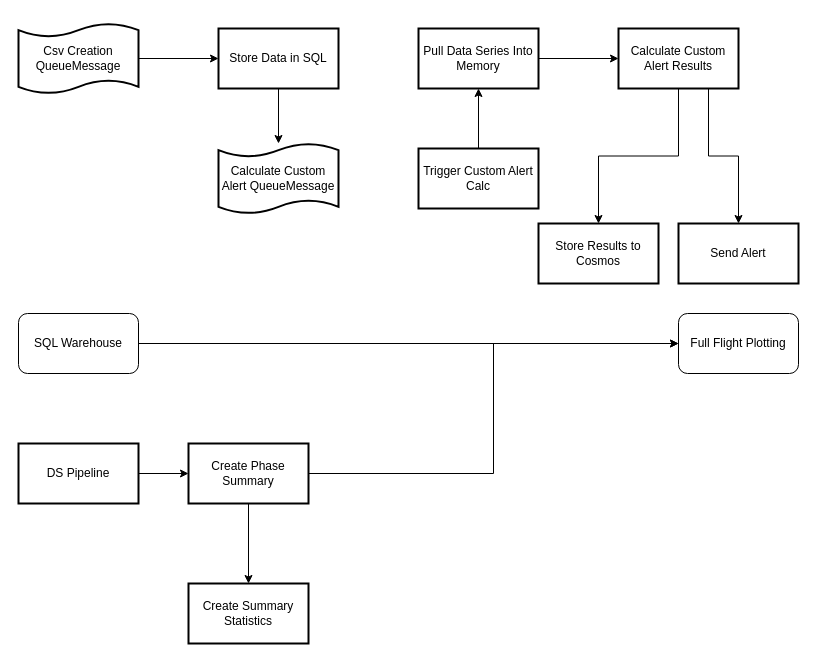
The draw.io diagram FF Parse - fs2.drawio in rowana16/DrawIO, before the edit. Source tidied: cells renumbered, new cells numbered last; positions are measured from the earlier drawing's top-left corner, leaving out a move shared by most shapes. Both pictures are drawn from the tidied source at 100%, with x=0, y=0 at pixel (18, 23).
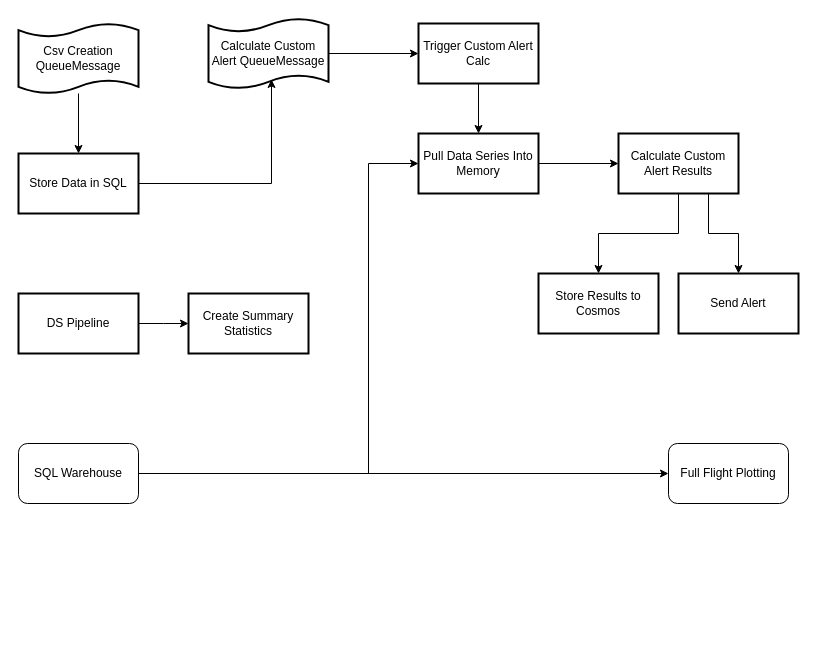
After the change.

Change to the diagram source:
```diff
@@
-    <mxCell id="4" style="edgeStyle=orthogonalEdgeStyle;rounded=0;jettySize=auto;html=1;" parent="1" edge="1" source="5" target="14">
+    <mxCell id="4" style="edgeStyle=orthogonalEdgeStyle;rounded=0;jettySize=auto;html=1;entryX=0;entryY=0.5;entryDx=0;entryDy=0;" parent="1" edge="1" source="5" target="14">
       <mxGeometry relative="1" as="geometry" />
     </mxCell>
     <mxCell id="5" value="Pull Data Series Into Memory" style="whiteSpace=wrap;html=1;strokeWidth=2;" parent="1" vertex="1">
-      <mxGeometry x="400" y="5" width="120" height="60" as="geometry" />
+      <mxGeometry x="400" y="110" width="120" height="60" as="geometry" />
     </mxCell>
-    <mxCell id="6" style="edgeStyle=orthogonalEdgeStyle;rounded=0;jettySize=auto;html=1;" parent="1" edge="1" source="7" target="10">
-      <mxGeometry relative="1" as="geometry" />
+    <mxCell id="6" style="edgeStyle=orthogonalEdgeStyle;rounded=0;jettySize=auto;html=1;" parent="1" edge="1" source="7">
+      <mxGeometry relative="1" as="geometry">
+        <mxPoint x="170" y="300" as="targetPoint" />
+      </mxGeometry>
     </mxCell>
     <mxCell id="7" value="DS Pipeline" style="whiteSpace=wrap;html=1;strokeWidth=2;" parent="1" vertex="1">
-      <mxGeometry y="420" width="120" height="60" as="geometry" />
+      <mxGeometry y="270" width="120" height="60" as="geometry" />
     </mxCell>
-    <mxCell id="8" style="edgeStyle=orthogonalEdgeStyle;rounded=0;jettySize=auto;html=1;" parent="1" edge="1" source="10" target="11">
-      <mxGeometry relative="1" as="geometry" />
-    </mxCell>
-    <mxCell id="9" style="edgeStyle=orthogonalEdgeStyle;rounded=0;jettySize=auto;html=1;entryX=0;entryY=0.5;entryDx=0;entryDy=0;" parent="1" edge="1" source="10" target="24">
-      <mxGeometry relative="1" as="geometry" />
-    </mxCell>
-    <mxCell id="10" value="Create Phase Summary" style="whiteSpace=wrap;html=1;strokeWidth=2;" parent="1" vertex="1">
-      <mxGeometry x="170" y="420" width="120" height="60" as="geometry" />
-    </mxCell>
     <mxCell id="11" value="Create Summary Statistics" style="whiteSpace=wrap;html=1;strokeWidth=2;" parent="1" vertex="1">
-      <mxGeometry x="170" y="560" width="120" height="60" as="geometry" />
+      <mxGeometry x="170" y="270" width="120" height="60" as="geometry" />
     </mxCell>
@@
     <mxCell id="14" value="Calculate Custom Alert Results" style="whiteSpace=wrap;html=1;strokeWidth=2;" parent="1" vertex="1">
-      <mxGeometry x="600" y="5" width="120" height="60" as="geometry" />
+      <mxGeometry x="600" y="110" width="120" height="60" as="geometry" />
     </mxCell>
     <mxCell id="15" value="Send Alert " style="whiteSpace=wrap;html=1;strokeWidth=2;" parent="1" vertex="1">
-      <mxGeometry x="660" y="200" width="120" height="60" as="geometry" />
+      <mxGeometry x="660" y="250" width="120" height="60" as="geometry" />
     </mxCell>
     <mxCell id="16" value="Store Results to Cosmos" style="whiteSpace=wrap;html=1;strokeWidth=2;" parent="1" vertex="1">
-      <mxGeometry x="520" y="200" width="120" height="60" as="geometry" />
+      <mxGeometry x="520" y="250" width="120" height="60" as="geometry" />
     </mxCell>
-    <mxCell id="17" style="edgeStyle=orthogonalEdgeStyle;rounded=0;jettySize=auto;html=1;" parent="1" edge="1" source="18" target="19">
-      <mxGeometry relative="1" as="geometry" />
-    </mxCell>
     <mxCell id="18" value="Store Data in SQL" style="whiteSpace=wrap;html=1;strokeWidth=2;" parent="1" vertex="1">
-      <mxGeometry x="200" y="5" width="120" height="60" as="geometry" />
+      <mxGeometry y="130" width="120" height="60" as="geometry" />
     </mxCell>
+    <mxCell id="25" style="edgeStyle=orthogonalEdgeStyle;rounded=0;jettySize=auto;html=1;entryX=0;entryY=0.5;entryDx=0;entryDy=0;" parent="1" edge="1" source="19" target="21">
+      <mxGeometry relative="1" as="geometry" />
+    </mxCell>
     <mxCell id="19" value="Calculate Custom Alert QueueMessage" style="shape=tape;whiteSpace=wrap;html=1;strokeWidth=2;size=0.19;" parent="1" vertex="1">
-      <mxGeometry x="200" y="120" width="120" height="70" as="geometry" />
+      <mxGeometry x="190" y="-5" width="120" height="70" as="geometry" />
     </mxCell>
-    <mxCell id="20" style="edgeStyle=orthogonalEdgeStyle;rounded=0;jettySize=auto;html=1;entryX=0.5;entryY=1;entryDx=0;entryDy=0;" parent="1" edge="1" source="21" target="5">
+    <mxCell id="20" style="edgeStyle=orthogonalEdgeStyle;rounded=0;jettySize=auto;html=1;entryX=0.5;entryY=0;entryDx=0;entryDy=0;" parent="1" edge="1" source="21" target="5">
       <mxGeometry relative="1" as="geometry" />
     </mxCell>
     <mxCell id="21" value="Trigger Custom Alert Calc" style="whiteSpace=wrap;html=1;strokeWidth=2;" parent="1" vertex="1">
-      <mxGeometry x="400" y="125" width="120" height="60" as="geometry" />
+      <mxGeometry x="400" width="120" height="60" as="geometry" />
     </mxCell>
-    <mxCell id="22" style="edgeStyle=orthogonalEdgeStyle;rounded=0;jettySize=auto;html=1;" parent="1" edge="1" source="23" target="24">
-      <mxGeometry relative="1" as="geometry" />
+    <mxCell id="22" style="edgeStyle=orthogonalEdgeStyle;rounded=0;jettySize=auto;html=1;entryX=0;entryY=0.5;entryDx=0;entryDy=0;" parent="1" edge="1" source="23" target="24">
+      <mxGeometry relative="1" as="geometry">
+        <Array as="points">
+          <mxPoint x="210" y="450" />
+          <mxPoint x="210" y="450" />
+        </Array>
+      </mxGeometry>
     </mxCell>
+    <mxCell id="26" style="edgeStyle=orthogonalEdgeStyle;rounded=0;jettySize=auto;html=1;entryX=0;entryY=0.5;entryDx=0;entryDy=0;" parent="1" edge="1" source="23" target="5">
+      <mxGeometry relative="1" as="geometry">
+        <Array as="points">
+          <mxPoint x="350" y="450" />
+          <mxPoint x="350" y="140" />
+        </Array>
+      </mxGeometry>
+    </mxCell>
     <mxCell id="23" value="SQL Warehouse" style="rounded=1;whiteSpace=wrap;html=1;" parent="1" vertex="1">
-      <mxGeometry y="290" width="120" height="60" as="geometry" />
+      <mxGeometry y="420" width="120" height="60" as="geometry" />
     </mxCell>
     <mxCell id="24" value="Full Flight Plotting" style="whiteSpace=wrap;html=1;rounded=1;" parent="1" vertex="1">
-      <mxGeometry x="660" y="290" width="120" height="60" as="geometry" />
+      <mxGeometry x="650" y="420" width="120" height="60" as="geometry" />
     </mxCell>
+    <mxCell id="17" style="edgeStyle=orthogonalEdgeStyle;rounded=0;jettySize=auto;html=1;entryX=0.525;entryY=0.871;entryDx=0;entryDy=0;entryPerimeter=0;" parent="1" edge="1" source="18" target="19">
+      <mxGeometry relative="1" as="geometry" />
+    </mxCell>
```
